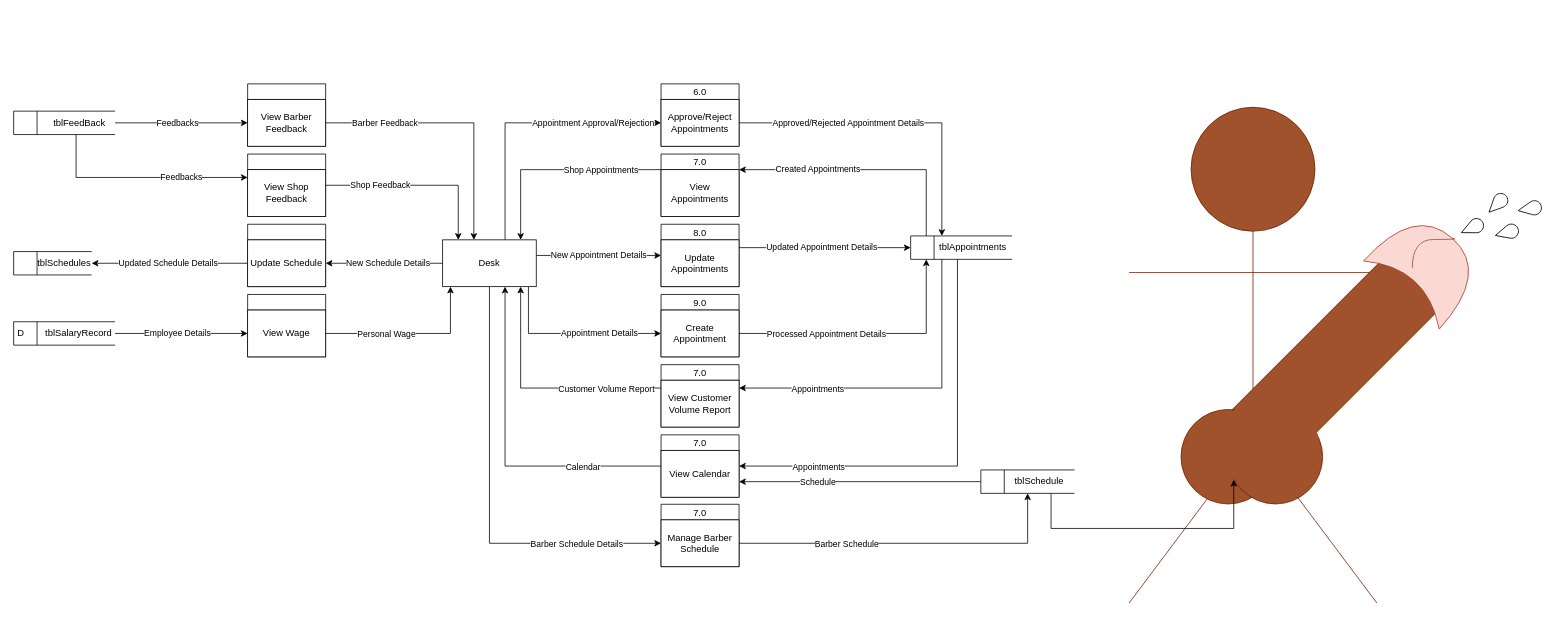
This is page "Desk" (2 of 5) of Diagrams/Data flow.drawio from iampotato16/AppointCut, a draw.io file, before an edit. Source tidied: cells renumbered, new cells numbered last; positions are measured from the earlier drawing's top-left corner, leaving out a move shared by most shapes. Both pictures are drawn from the tidied source at 78%, with x=0, y=0 at pixel (13, 83).
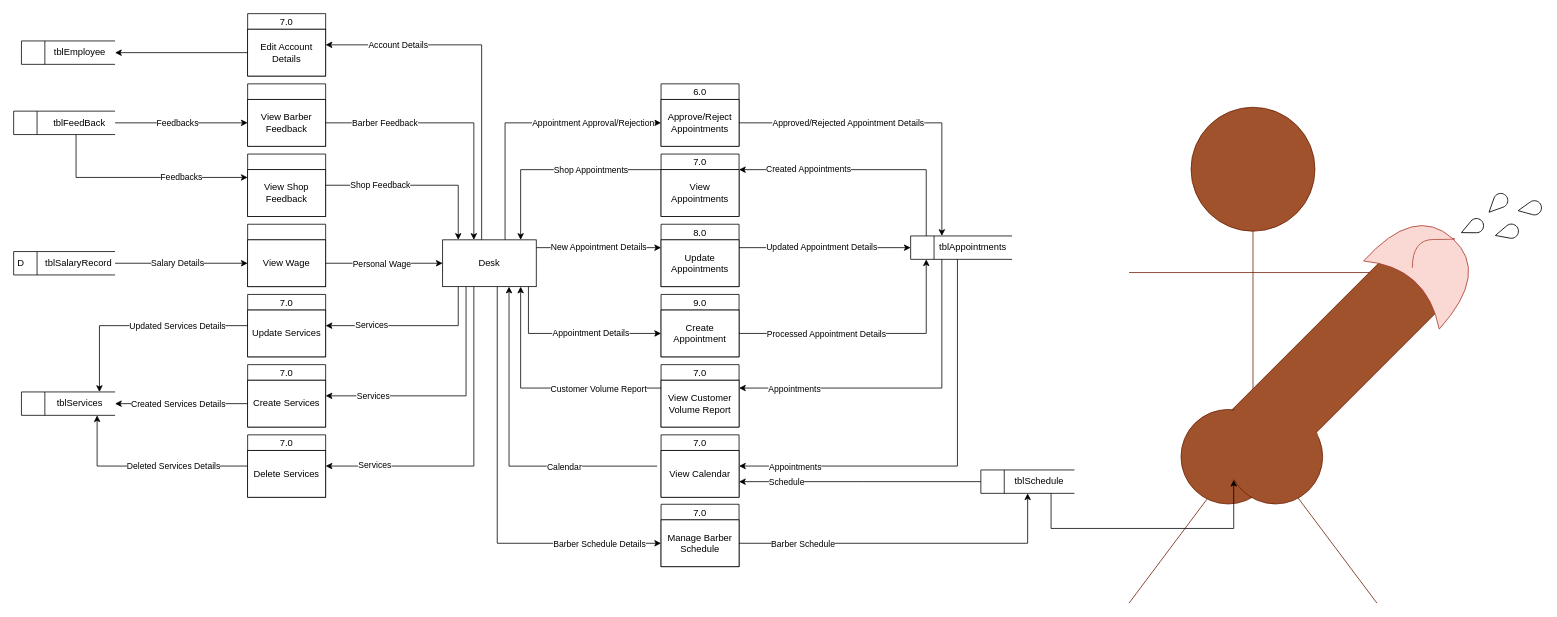
The same page after the edit.

Unchanged cells that the change refers to:
```xml
<mxCell id="3" style="edgeStyle=orthogonalEdgeStyle;rounded=0;jettySize=auto;html=1;endArrow=none;endFill=0;startArrow=classic;startFill=1;" parent="1" edge="1" source="12" target="17">
  <mxGeometry relative="1" as="geometry">
    <Array as="points">
      <mxPoint x="650" y="110" />
    </Array>
  </mxGeometry>
</mxCell>
<mxCell id="12" value="&lt;div&gt;Desk&lt;/div&gt;" style="rounded=0;whiteSpace=wrap;html=1;" parent="1" vertex="1">
  <mxGeometry x="550" y="200" width="120" height="60" as="geometry" />
</mxCell>
<mxCell id="17" value="View Appointments" style="rounded=0;whiteSpace=wrap;html=1;" parent="16" vertex="1">
  <mxGeometry y="20" width="100" height="60" as="geometry" />
</mxCell>
<mxCell id="19" value="&lt;div&gt;Update&lt;/div&gt;&lt;div&gt;Appointments&lt;br&gt;&lt;/div&gt;" style="rounded=0;whiteSpace=wrap;html=1;" parent="18" vertex="1">
  <mxGeometry y="20" width="100" height="60" as="geometry" />
</mxCell>
<mxCell id="21" value="Create Appointment" style="rounded=0;whiteSpace=wrap;html=1;" parent="20" vertex="1">
  <mxGeometry y="20" width="100" height="60" as="geometry" />
</mxCell>
<mxCell id="23" value="View Wage" style="rounded=0;whiteSpace=wrap;html=1;" parent="22" vertex="1">
  <mxGeometry y="20" width="100" height="60" as="geometry" />
</mxCell>
<mxCell id="25" style="html=1;dashed=0;whitespace=wrap;shape=mxgraph.dfd.dataStoreID;align=left;spacingLeft=3;points=[[0,0],[0.5,0],[1,0],[0,0.5],[1,0.5],[0,1],[0.5,1],[1,1]];sketch=0;" parent="24" vertex="1">
  <mxGeometry y="-5" width="130" height="30" as="geometry" />
</mxCell>
<mxCell id="28" value="D" style="html=1;dashed=0;whitespace=wrap;shape=mxgraph.dfd.dataStoreID;align=left;spacingLeft=3;points=[[0,0],[0.5,0],[1,0],[0,0.5],[1,0.5],[0,1],[0.5,1],[1,1]];sketch=0;" parent="27" vertex="1">
  <mxGeometry width="130" height="30" as="geometry" />
</mxCell>
<mxCell id="67" style="edgeStyle=orthogonalEdgeStyle;rounded=0;jettySize=auto;html=1;startArrow=none;startFill=0;endArrow=classic;endFill=1;" parent="1" edge="1" source="26" target="69">
  <mxGeometry relative="1" as="geometry">
    <Array as="points">
      <mxPoint x="1190" y="390" />
    </Array>
  </mxGeometry>
</mxCell>
<mxCell id="71" style="edgeStyle=orthogonalEdgeStyle;rounded=0;jettySize=auto;html=1;startArrow=none;startFill=0;endArrow=classic;endFill=1;" parent="1" edge="1" source="70" target="12">
  <mxGeometry relative="1" as="geometry">
    <Array as="points">
      <mxPoint x="650" y="390" />
    </Array>
  </mxGeometry>
</mxCell>
<mxCell id="73" value="7.0" style="swimlane;fontStyle=0;horizontal=1;startSize=20;swimlaneFillColor=#ffffff;" parent="1" vertex="1">
  <mxGeometry x="830" y="450" width="100" height="80" as="geometry" />
</mxCell>
<mxCell id="75" style="edgeStyle=orthogonalEdgeStyle;rounded=0;jettySize=auto;html=1;startArrow=none;startFill=0;endArrow=classic;endFill=1;" parent="1" edge="1" source="26" target="74">
  <mxGeometry relative="1" as="geometry">
    <Array as="points">
      <mxPoint x="1210" y="490" />
    </Array>
  </mxGeometry>
</mxCell>
<mxCell id="80" style="edgeStyle=orthogonalEdgeStyle;rounded=0;jettySize=auto;html=1;startArrow=none;startFill=0;endArrow=classic;endFill=1;" parent="1" edge="1" source="78" target="74">
  <mxGeometry relative="1" as="geometry">
    <Array as="points">
      <mxPoint x="1090" y="510" />
      <mxPoint x="1090" y="510" />
    </Array>
  </mxGeometry>
</mxCell>
<mxCell id="84" value="Manage Barber Schedule" style="rounded=0;whiteSpace=wrap;html=1;" parent="83" vertex="1">
  <mxGeometry y="20" width="100" height="60" as="geometry" />
</mxCell>
<mxCell id="85" style="edgeStyle=orthogonalEdgeStyle;rounded=0;jettySize=auto;html=1;startArrow=none;startFill=0;endArrow=classic;endFill=1;" parent="1" edge="1" source="84" target="78">
  <mxGeometry relative="1" as="geometry" />
</mxCell>
```

What changed in the source:
```diff
@@
     <mxCell id="4" value="Shop Appointments" style="edgeLabel;html=1;align=center;verticalAlign=middle;" parent="3" vertex="1">
       <mxGeometry x="0.41" y="-1" relative="1" as="geometry">
-        <mxPoint x="2" y="-1" as="offset" />
+        <mxPoint x="-11" y="-1" as="offset" />
       </mxGeometry>
     </mxCell>
     <mxCell id="5" value="New Appointment Details" style="edgeStyle=orthogonalEdgeStyle;rounded=0;jettySize=auto;html=1;endArrow=classic;endFill=1;" parent="1" edge="1" source="12" target="19">
       <mxGeometry relative="1" as="geometry">
         <Array as="points">
-          <mxPoint x="770" y="220" />
-          <mxPoint x="770" y="220" />
+          <mxPoint x="750" y="210" />
+          <mxPoint x="750" y="210" />
         </Array>
       </mxGeometry>
     </mxCell>
     <mxCell id="6" value="&lt;div&gt;Appointment Details&lt;/div&gt;" style="edgeStyle=orthogonalEdgeStyle;rounded=0;jettySize=auto;html=1;startArrow=none;startFill=0;endArrow=classic;endFill=1;" parent="1" edge="1" source="12" target="21">
-      <mxGeometry x="0.3" relative="1" as="geometry">
+      <mxGeometry x="0.22" relative="1" as="geometry">
         <Array as="points">
           <mxPoint x="660" y="320" />
         </Array>
-        <mxPoint x="1" as="offset" />
       </mxGeometry>
     </mxCell>
-    <mxCell id="7" value="New Schedule Details" style="edgeStyle=orthogonalEdgeStyle;rounded=0;jettySize=auto;html=1;startArrow=none;startFill=0;endArrow=classic;endFill=1;" parent="1" edge="1" source="12" target="66">
-      <mxGeometry x="-0.07" relative="1" as="geometry">
-        <Array as="points">
-          <mxPoint x="480" y="230" />
-          <mxPoint x="480" y="230" />
-        </Array>
-      </mxGeometry>
-    </mxCell>
-    <mxCell id="8" style="edgeStyle=orthogonalEdgeStyle;rounded=0;jettySize=auto;html=1;startArrow=classic;startFill=1;endArrow=none;endFill=0;" parent="1" edge="1" source="12" target="73">
+    <mxCell id="8" style="edgeStyle=orthogonalEdgeStyle;rounded=0;orthogonalLoop=1;jettySize=auto;html=1;startArrow=classic;startFill=1;endArrow=none;endFill=0;" parent="1" edge="1">
       <mxGeometry relative="1" as="geometry">
+        <mxPoint x="635.1" y="260" as="sourcePoint" />
+        <mxPoint x="825" y="490.1" as="targetPoint" />
         <Array as="points">
-          <mxPoint x="630" y="490" />
+          <mxPoint x="635" y="490" />
         </Array>
       </mxGeometry>
     </mxCell>
     <mxCell id="9" value="Calendar" style="edgeLabel;html=1;align=center;verticalAlign=middle;" parent="8" vertex="1">
       <mxGeometry x="0.36" y="1" relative="1" as="geometry">
-        <mxPoint x="37" y="1" as="offset" />
+        <mxPoint x="14" y="1" as="offset" />
       </mxGeometry>
     </mxCell>
     <mxCell id="10" style="edgeStyle=orthogonalEdgeStyle;rounded=0;jettySize=auto;html=1;startArrow=none;startFill=0;endArrow=classic;endFill=1;" parent="1" edge="1" source="12" target="84">
       <mxGeometry relative="1" as="geometry">
         <Array as="points">
-          <mxPoint x="610" y="589" />
+          <mxPoint x="620" y="589" />
         </Array>
       </mxGeometry>
     </mxCell>
     <mxCell id="11" value="Barber Schedule Details" style="edgeLabel;html=1;align=center;verticalAlign=middle;" parent="10" vertex="1">
       <mxGeometry x="0.4" relative="1" as="geometry">
-        <mxPoint x="56" as="offset" />
+        <mxPoint x="82" as="offset" />
       </mxGeometry>
     </mxCell>
+    <mxCell id="87" style="edgeStyle=orthogonalEdgeStyle;rounded=0;jettySize=auto;html=1;startArrow=none;startFill=0;endArrow=classic;endFill=1;" parent="1" edge="1" source="12" target="98">
+      <mxGeometry relative="1" as="geometry">
+        <Array as="points">
+          <mxPoint x="570" y="310" />
+        </Array>
+      </mxGeometry>
+    </mxCell>
+    <mxCell id="88" value="Services" style="edgeLabel;html=1;align=center;verticalAlign=middle;" parent="87" vertex="1">
+      <mxGeometry x="0.46" y="-2" relative="1" as="geometry">
+        <mxPoint x="-1" as="offset" />
+      </mxGeometry>
+    </mxCell>
+    <mxCell id="89" style="edgeStyle=orthogonalEdgeStyle;rounded=0;jettySize=auto;html=1;startArrow=none;startFill=0;endArrow=classic;endFill=1;" parent="1" edge="1" source="12" target="102">
+      <mxGeometry relative="1" as="geometry">
+        <Array as="points">
+          <mxPoint x="580" y="400" />
+        </Array>
+      </mxGeometry>
+    </mxCell>
+    <mxCell id="90" value="Services" style="edgeLabel;html=1;align=center;verticalAlign=middle;" parent="89" vertex="1">
+      <mxGeometry x="0.67" y="-4" relative="1" as="geometry">
+        <mxPoint x="7" y="4" as="offset" />
+      </mxGeometry>
+    </mxCell>
+    <mxCell id="91" style="edgeStyle=orthogonalEdgeStyle;rounded=0;jettySize=auto;html=1;startArrow=none;startFill=0;endArrow=classic;endFill=1;" parent="1" edge="1" source="12" target="104">
+      <mxGeometry relative="1" as="geometry">
+        <Array as="points">
+          <mxPoint x="590" y="490" />
+        </Array>
+      </mxGeometry>
+    </mxCell>
+    <mxCell id="92" value="Services" style="edgeLabel;html=1;align=center;verticalAlign=middle;" parent="91" vertex="1">
+      <mxGeometry x="0.69" relative="1" as="geometry">
+        <mxPoint x="-3" y="-2" as="offset" />
+      </mxGeometry>
+    </mxCell>
+    <mxCell id="93" style="edgeStyle=orthogonalEdgeStyle;rounded=0;jettySize=auto;html=1;startArrow=none;startFill=0;endArrow=classic;endFill=1;" parent="1" edge="1" source="12" target="109">
+      <mxGeometry relative="1" as="geometry">
+        <Array as="points">
+          <mxPoint x="600" y="-50" />
+        </Array>
+      </mxGeometry>
+    </mxCell>
+    <mxCell id="94" value="Account Details" style="edgeLabel;html=1;align=center;verticalAlign=middle;" parent="93" vertex="1">
+      <mxGeometry x="0.69" y="-1" relative="1" as="geometry">
+        <mxPoint x="22" y="1" as="offset" />
+      </mxGeometry>
+    </mxCell>
@@
     <mxCell id="22" style="swimlane;fontStyle=0;horizontal=1;startSize=20;fillColor=#ffffff;swimlaneFillColor=#ffffff;" parent="1" vertex="1">
-      <mxGeometry x="300" y="270" width="100" height="80" as="geometry" />
+      <mxGeometry x="300" y="180" width="100" height="80" as="geometry" />
     </mxCell>
@@
     <mxCell id="27" style="group;rotation=90;" parent="1" vertex="1">
-      <mxGeometry y="305" width="130" height="30" as="geometry" />
+      <mxGeometry y="215" width="130" height="30" as="geometry" />
     </mxCell>
@@
     <mxCell id="30" style="edgeStyle=orthogonalEdgeStyle;rounded=0;jettySize=auto;html=1;startArrow=none;startFill=0;endArrow=classic;endFill=1;" parent="1" edge="1" source="23" target="12">
       <mxGeometry relative="1" as="geometry">
         <Array as="points">
-          <mxPoint x="560" y="320" />
+          <mxPoint x="460" y="230" />
+          <mxPoint x="460" y="230" />
         </Array>
       </mxGeometry>
     </mxCell>
     <mxCell id="31" value="Personal Wage" style="edgeLabel;html=1;align=center;verticalAlign=middle;" parent="30" vertex="1">
       <mxGeometry x="-0.63" y="1" relative="1" as="geometry">
-        <mxPoint x="36" y="1" as="offset" />
+        <mxPoint x="43" y="1" as="offset" />
       </mxGeometry>
     </mxCell>
     <mxCell id="32" value="Created Appointments" style="edgeStyle=orthogonalEdgeStyle;rounded=0;jettySize=auto;html=1;startArrow=none;startFill=0;endArrow=classic;endFill=1;" parent="1" edge="1" source="25" target="17">
-      <mxGeometry x="0.38" relative="1" as="geometry">
+      <mxGeometry x="0.45" relative="1" as="geometry">
         <Array as="points">
           <mxPoint x="1170" y="110" />
         </Array>
       </mxGeometry>
     </mxCell>
     <mxCell id="33" value="Updated Appointment Details" style="edgeStyle=orthogonalEdgeStyle;rounded=0;jettySize=auto;html=1;startArrow=none;startFill=0;endArrow=classic;endFill=1;" parent="1" edge="1" source="19" target="25">
       <mxGeometry x="-0.04" relative="1" as="geometry">
         <Array as="points">
-          <mxPoint x="970" y="210" />
-          <mxPoint x="970" y="210" />
+          <mxPoint x="1040" y="210" />
+          <mxPoint x="1040" y="210" />
         </Array>
       </mxGeometry>
     </mxCell>
@@
-    <mxCell id="36" value="Employee Details" style="edgeStyle=orthogonalEdgeStyle;rounded=0;jettySize=auto;html=1;startArrow=none;startFill=0;endArrow=classic;endFill=1;" parent="1" edge="1" source="28" target="23">
+    <mxCell id="36" value="Salary Details" style="edgeStyle=orthogonalEdgeStyle;rounded=0;jettySize=auto;html=1;startArrow=none;startFill=0;endArrow=classic;endFill=1;" parent="1" edge="1" source="28" target="23">
       <mxGeometry x="-0.06" relative="1" as="geometry">
         <Array as="points">
-          <mxPoint x="220" y="320" />
-          <mxPoint x="220" y="320" />
+          <mxPoint x="220" y="230" />
+          <mxPoint x="220" y="230" />
         </Array>
       </mxGeometry>
     </mxCell>
-    <mxCell id="37" style="group;" parent="1" vertex="1">
-      <mxGeometry y="215" width="100" height="30" as="geometry" />
-    </mxCell>
-    <mxCell id="38" style="html=1;dashed=0;whitespace=wrap;shape=mxgraph.dfd.dataStoreID;align=left;spacingLeft=3;points=[[0,0],[0.5,0],[1,0],[0,0.5],[1,0.5],[0,1],[0.5,1],[1,1]];sketch=0;" parent="37" vertex="1">
-      <mxGeometry width="100" height="30" as="geometry" />
-    </mxCell>
-    <mxCell id="39" value="tblSchedules" style="text;html=1;strokeColor=none;fillColor=none;align=center;verticalAlign=middle;whiteSpace=wrap;rounded=0;sketch=0;" parent="37" vertex="1">
-      <mxGeometry x="30" width="70" height="30" as="geometry" />
-    </mxCell>
-    <mxCell id="40" value="Updated Schedule Details" style="edgeStyle=orthogonalEdgeStyle;rounded=0;jettySize=auto;html=1;startArrow=none;startFill=0;endArrow=classic;endFill=1;" parent="1" edge="1" source="66" target="38">
-      <mxGeometry x="0.02" relative="1" as="geometry" />
-    </mxCell>
@@
-    <mxCell id="65" style="swimlane;fontStyle=0;horizontal=1;startSize=20;fillColor=#ffffff;swimlaneFillColor=#ffffff;" parent="1" vertex="1">
-      <mxGeometry x="300" y="180" width="100" height="80" as="geometry" />
-    </mxCell>
-    <mxCell id="66" value="Update Schedule" style="rounded=0;whiteSpace=wrap;html=1;" parent="65" vertex="1">
-      <mxGeometry y="20" width="100" height="60" as="geometry" />
-    </mxCell>
@@
     <mxCell id="68" value="Appointments" style="edgeLabel;html=1;align=center;verticalAlign=middle;" parent="67" vertex="1">
       <mxGeometry x="0.23" y="1" relative="1" as="geometry">
-        <mxPoint x="-64" as="offset" />
+        <mxPoint x="-94" y="-1" as="offset" />
       </mxGeometry>
     </mxCell>
@@
     <mxCell id="72" value="Customer Volume Report" style="edgeLabel;html=1;align=center;verticalAlign=middle;" parent="71" vertex="1">
       <mxGeometry x="0.03" y="1" relative="1" as="geometry">
-        <mxPoint x="89" as="offset" />
+        <mxPoint x="79" as="offset" />
       </mxGeometry>
     </mxCell>
@@
     <mxCell id="76" value="Appointments" style="edgeLabel;html=1;align=center;verticalAlign=middle;" parent="75" vertex="1">
       <mxGeometry x="0.42" y="-2" relative="1" as="geometry">
-        <mxPoint x="-57" y="2" as="offset" />
+        <mxPoint x="-87" y="2" as="offset" />
       </mxGeometry>
     </mxCell>
@@
     <mxCell id="81" value="Schedule" style="edgeLabel;html=1;align=center;verticalAlign=middle;" parent="80" vertex="1">
       <mxGeometry x="0.29" y="2" relative="1" as="geometry">
-        <mxPoint x="-10" y="-2" as="offset" />
+        <mxPoint x="-50" y="-2" as="offset" />
       </mxGeometry>
     </mxCell>
@@
     <mxCell id="86" value="Barber Schedule" style="edgeLabel;html=1;align=center;verticalAlign=middle;" parent="85" vertex="1">
-      <mxGeometry x="-0.37" relative="1" as="geometry" />
+      <mxGeometry x="-0.37" relative="1" as="geometry">
+        <mxPoint x="-56" as="offset" />
+      </mxGeometry>
     </mxCell>
+    <mxCell id="95" style="group;" parent="1" vertex="1">
+      <mxGeometry x="10" y="400" width="120" height="30" as="geometry" />
+    </mxCell>
+    <mxCell id="96" style="html=1;dashed=0;whitespace=wrap;shape=mxgraph.dfd.dataStoreID;align=left;spacingLeft=3;sketch=0;" parent="95" vertex="1">
+      <mxGeometry y="-5" width="120" height="30" as="geometry" />
+    </mxCell>
+    <mxCell id="97" value="tblServices" style="text;html=1;strokeColor=none;fillColor=none;align=center;verticalAlign=middle;whiteSpace=wrap;rounded=0;sketch=0;" parent="95" vertex="1">
+      <mxGeometry x="30" y="-5" width="90" height="30" as="geometry" />
+    </mxCell>
+    <mxCell id="98" value="7.0" style="swimlane;fontStyle=0;horizontal=1;startSize=20;fillColor=#ffffff;swimlaneFillColor=#ffffff;" parent="1" vertex="1">
+      <mxGeometry x="300" y="270" width="100" height="80" as="geometry" />
+    </mxCell>
+    <mxCell id="99" value="Update Services" style="rounded=0;whiteSpace=wrap;html=1;" parent="98" vertex="1">
+      <mxGeometry y="20" width="100" height="60" as="geometry" />
+    </mxCell>
+    <mxCell id="100" style="edgeStyle=orthogonalEdgeStyle;rounded=0;jettySize=auto;html=1;startArrow=none;startFill=0;endArrow=classic;endFill=1;" parent="1" edge="1" source="99" target="97">
+      <mxGeometry relative="1" as="geometry">
+        <Array as="points">
+          <mxPoint x="110" y="310" />
+        </Array>
+      </mxGeometry>
+    </mxCell>
+    <mxCell id="101" value="Updated Services Details" style="edgeLabel;html=1;align=center;verticalAlign=middle;" parent="100" vertex="1">
+      <mxGeometry x="0.12" y="-2" relative="1" as="geometry">
+        <mxPoint x="63" y="2" as="offset" />
+      </mxGeometry>
+    </mxCell>
+    <mxCell id="102" value="7.0" style="swimlane;fontStyle=0;horizontal=1;startSize=20;fillColor=#ffffff;swimlaneFillColor=#ffffff;" parent="1" vertex="1">
+      <mxGeometry x="300" y="360" width="100" height="80" as="geometry" />
+    </mxCell>
+    <mxCell id="103" value="Create Services" style="rounded=0;whiteSpace=wrap;html=1;" parent="102" vertex="1">
+      <mxGeometry y="20" width="100" height="60" as="geometry" />
+    </mxCell>
+    <mxCell id="104" value="7.0" style="swimlane;fontStyle=0;horizontal=1;startSize=20;fillColor=#ffffff;swimlaneFillColor=#ffffff;" parent="1" vertex="1">
+      <mxGeometry x="300" y="450" width="100" height="80" as="geometry" />
+    </mxCell>
+    <mxCell id="105" value="Delete Services" style="rounded=0;whiteSpace=wrap;html=1;" parent="104" vertex="1">
+      <mxGeometry y="20" width="100" height="60" as="geometry" />
+    </mxCell>
+    <mxCell id="106" value="Deleted Services Details" style="edgeStyle=orthogonalEdgeStyle;rounded=0;jettySize=auto;html=1;startArrow=none;startFill=0;endArrow=classic;endFill=1;" parent="1" edge="1" source="105" target="97">
+      <mxGeometry x="-0.27" relative="1" as="geometry">
+        <Array as="points">
+          <mxPoint x="107" y="490" />
+        </Array>
+        <mxPoint x="-1" as="offset" />
+      </mxGeometry>
+    </mxCell>
+    <mxCell id="107" style="edgeStyle=orthogonalEdgeStyle;rounded=0;jettySize=auto;html=1;startArrow=none;startFill=0;endArrow=classic;endFill=1;" parent="1" edge="1" source="103" target="97">
+      <mxGeometry relative="1" as="geometry" />
+    </mxCell>
+    <mxCell id="108" value="Created Services Details" style="edgeLabel;html=1;align=center;verticalAlign=middle;" parent="107" vertex="1">
+      <mxGeometry x="0.22" y="-1" relative="1" as="geometry">
+        <mxPoint x="14" y="1" as="offset" />
+      </mxGeometry>
+    </mxCell>
+    <mxCell id="109" value="7.0" style="swimlane;fontStyle=0;horizontal=1;startSize=20;fillColor=#ffffff;swimlaneFillColor=#ffffff;" parent="1" vertex="1">
+      <mxGeometry x="300" y="-90" width="100" height="80" as="geometry" />
+    </mxCell>
+    <mxCell id="110" value="Edit Account Details" style="rounded=0;whiteSpace=wrap;html=1;" parent="109" vertex="1">
+      <mxGeometry y="20" width="100" height="60" as="geometry" />
+    </mxCell>
+    <mxCell id="111" style="edgeStyle=orthogonalEdgeStyle;rounded=0;jettySize=auto;html=1;startArrow=none;startFill=0;endArrow=classic;endFill=1;" parent="1" edge="1" source="110" target="114">
+      <mxGeometry relative="1" as="geometry" />
+    </mxCell>
+    <mxCell id="112" style="group;" parent="1" vertex="1">
+      <mxGeometry x="10" y="-50" width="120" height="30" as="geometry" />
+    </mxCell>
+    <mxCell id="113" style="html=1;dashed=0;whitespace=wrap;shape=mxgraph.dfd.dataStoreID;align=left;spacingLeft=3;sketch=0;" parent="112" vertex="1">
+      <mxGeometry y="-5" width="120" height="30" as="geometry" />
+    </mxCell>
+    <mxCell id="114" value="tblEmployee" style="text;html=1;strokeColor=none;fillColor=none;align=center;verticalAlign=middle;whiteSpace=wrap;rounded=0;sketch=0;" parent="112" vertex="1">
+      <mxGeometry x="30" y="-5" width="90" height="30" as="geometry" />
+    </mxCell>
```
